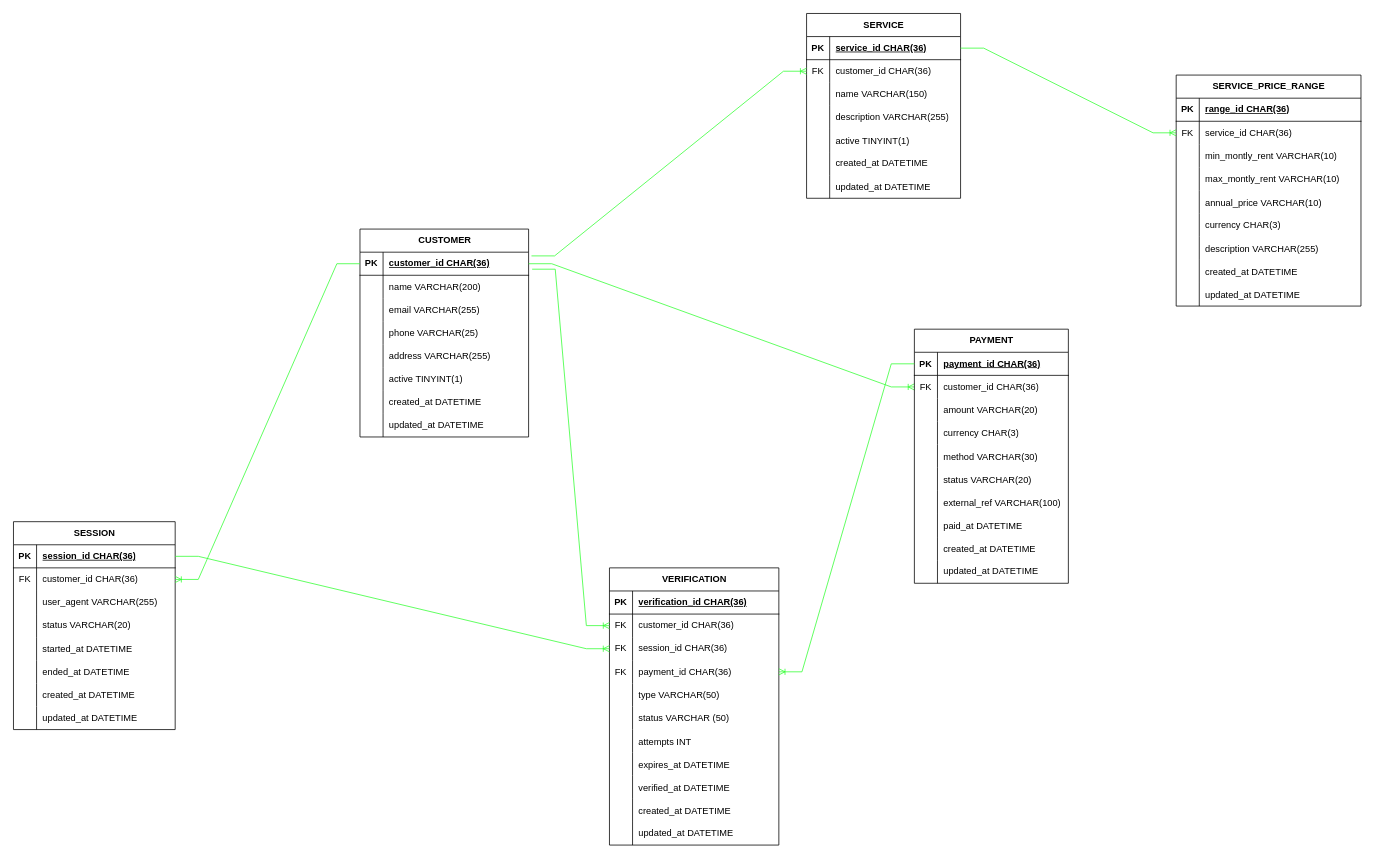
Above: page "Diseño Lógico" (2 of 2) of BD_pji.drawio in cuencabyron/database-pji-project (draw.io), before the change. Source tidied: cells renumbered, new cells numbered last; positions are measured from the earlier drawing's top-left corner, leaving out a move shared by most shapes. Both pictures are drawn from the tidied source at 77%, with x=0, y=0 at pixel (13, 13).
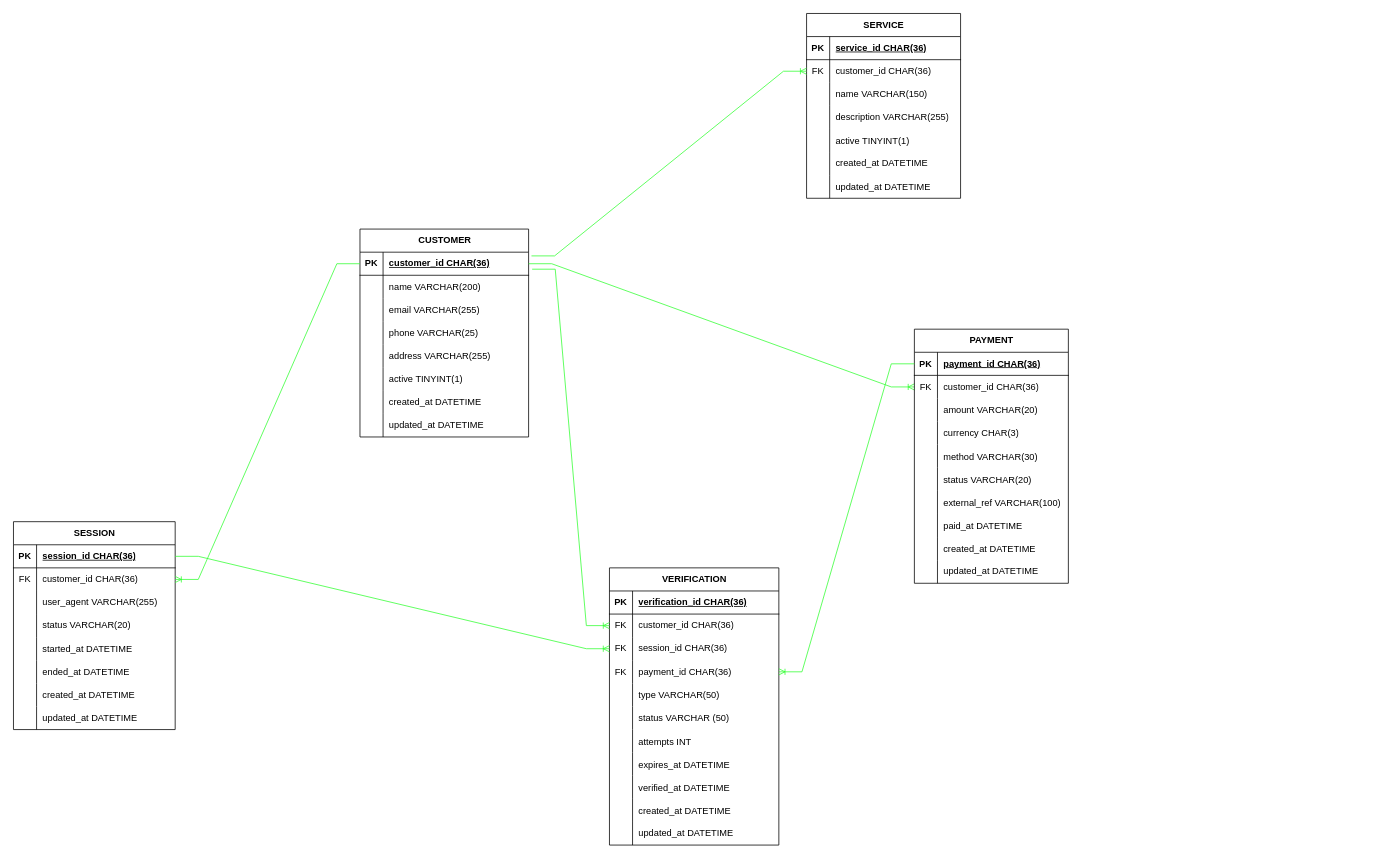
The same diagram, later.

The change refers to these unchanged cells:
```xml
<mxCell id="117" style="shape=tableRow;horizontal=0;startSize=0;swimlaneHead=0;swimlaneBody=0;fillColor=none;points=[[0,0.5],[1,0.5]];portConstraint=eastwest;top=0;left=0;right=0;bottom=1;" parent="116" vertex="1">
  <mxGeometry y="30" width="200" height="30" as="geometry" />
</mxCell>
```

What changed in the source:
```diff
@@
-    <mxCell id="27" value="SERVICE_PRICE_RANGE" style="shape=table;startSize=30;childLayout=tableLayout;rowLines=0;fontStyle=1;align=center;html=1;" parent="1" vertex="1">
-      <mxGeometry x="1510" y="80" width="240" height="300" as="geometry" />
-    </mxCell>
-    <mxCell id="28" style="shape=tableRow;horizontal=0;startSize=0;swimlaneHead=0;swimlaneBody=0;fillColor=none;top=0;left=0;right=0;bottom=1;" parent="27" vertex="1">
-      <mxGeometry y="30" width="240" height="30" as="geometry" />
-    </mxCell>
-    <mxCell id="29" value="PK" style="shape=partialRectangle;fillColor=none;top=0;left=0;bottom=0;right=0;fontStyle=1;overflow=hidden;whiteSpace=wrap;html=1;" parent="28" vertex="1">
-      <mxGeometry width="30" height="30" as="geometry" />
-    </mxCell>
-    <mxCell id="30" value="range_id CHAR(36)" style="shape=partialRectangle;fillColor=none;top=0;left=0;bottom=0;right=0;align=left;spacingLeft=6;fontStyle=5;overflow=hidden;whiteSpace=wrap;html=1;" parent="28" vertex="1">
-      <mxGeometry x="30" width="210" height="30" as="geometry" />
-    </mxCell>
-    <mxCell id="31" style="shape=tableRow;horizontal=0;startSize=0;swimlaneHead=0;swimlaneBody=0;fillColor=none;points=[[0,0.5],[1,0.5]];portConstraint=eastwest;top=0;left=0;right=0;bottom=0;" parent="27" vertex="1">
-      <mxGeometry y="60" width="240" height="30" as="geometry" />
-    </mxCell>
-    <mxCell id="32" value="FK" style="shape=partialRectangle;fillColor=none;top=0;left=0;bottom=0;right=0;fontStyle=0;overflow=hidden;whiteSpace=wrap;html=1;" parent="31" vertex="1">
-      <mxGeometry width="30" height="30" as="geometry" />
-    </mxCell>
-    <mxCell id="33" value="service_id CHAR(36)" style="shape=partialRectangle;fillColor=none;top=0;left=0;bottom=0;right=0;align=left;spacingLeft=6;fontStyle=0;overflow=hidden;whiteSpace=wrap;html=1;" parent="31" vertex="1">
-      <mxGeometry x="30" width="210" height="30" as="geometry" />
-    </mxCell>
-    <mxCell id="34" style="shape=tableRow;horizontal=0;startSize=0;swimlaneHead=0;swimlaneBody=0;fillColor=none;top=0;left=0;right=0;bottom=0;" parent="27" vertex="1">
-      <mxGeometry y="90" width="240" height="30" as="geometry" />
-    </mxCell>
-    <mxCell id="35" style="shape=partialRectangle;fillColor=none;top=0;left=0;bottom=0;right=0;overflow=hidden;whiteSpace=wrap;html=1;" parent="34" vertex="1">
-      <mxGeometry width="30" height="30" as="geometry" />
-    </mxCell>
-    <mxCell id="36" value="min_montly_rent VARCHAR(10)" style="shape=partialRectangle;fillColor=none;top=0;left=0;bottom=0;right=0;align=left;spacingLeft=6;overflow=hidden;whiteSpace=wrap;html=1;" parent="34" vertex="1">
-      <mxGeometry x="30" width="210" height="30" as="geometry" />
-    </mxCell>
-    <mxCell id="37" style="shape=tableRow;horizontal=0;startSize=0;swimlaneHead=0;swimlaneBody=0;fillColor=none;top=0;left=0;right=0;bottom=0;" parent="27" vertex="1">
-      <mxGeometry y="120" width="240" height="30" as="geometry" />
-    </mxCell>
-    <mxCell id="38" style="shape=partialRectangle;fillColor=none;top=0;left=0;bottom=0;right=0;overflow=hidden;whiteSpace=wrap;html=1;" parent="37" vertex="1">
-      <mxGeometry width="30" height="30" as="geometry" />
-    </mxCell>
-    <mxCell id="39" value="max_montly_rent VARCHAR(10)" style="shape=partialRectangle;fillColor=none;top=0;left=0;bottom=0;right=0;align=left;spacingLeft=6;overflow=hidden;whiteSpace=wrap;html=1;" parent="37" vertex="1">
-      <mxGeometry x="30" width="210" height="30" as="geometry" />
-    </mxCell>
-    <mxCell id="40" style="shape=tableRow;horizontal=0;startSize=0;swimlaneHead=0;swimlaneBody=0;fillColor=none;top=0;left=0;right=0;bottom=0;" parent="27" vertex="1">
-      <mxGeometry y="150" width="240" height="30" as="geometry" />
-    </mxCell>
-    <mxCell id="41" style="shape=partialRectangle;fillColor=none;top=0;left=0;bottom=0;right=0;overflow=hidden;" parent="40" vertex="1">
-      <mxGeometry width="30" height="30" as="geometry" />
-    </mxCell>
-    <mxCell id="42" value="annual_price VARCHAR(10)" style="shape=partialRectangle;fillColor=none;top=0;left=0;bottom=0;right=0;align=left;spacingLeft=6;overflow=hidden;" parent="40" vertex="1">
-      <mxGeometry x="30" width="210" height="30" as="geometry" />
-    </mxCell>
-    <mxCell id="43" style="shape=tableRow;horizontal=0;startSize=0;swimlaneHead=0;swimlaneBody=0;fillColor=none;top=0;left=0;right=0;bottom=0;" parent="27" vertex="1">
-      <mxGeometry y="180" width="240" height="30" as="geometry" />
-    </mxCell>
-    <mxCell id="44" style="shape=partialRectangle;fillColor=none;top=0;left=0;bottom=0;right=0;overflow=hidden;whiteSpace=wrap;html=1;" parent="43" vertex="1">
-      <mxGeometry width="30" height="30" as="geometry" />
-    </mxCell>
-    <mxCell id="45" value="currency CHAR(3)" style="shape=partialRectangle;fillColor=none;top=0;left=0;bottom=0;right=0;align=left;spacingLeft=6;overflow=hidden;whiteSpace=wrap;html=1;" parent="43" vertex="1">
-      <mxGeometry x="30" width="210" height="30" as="geometry" />
-    </mxCell>
-    <mxCell id="46" style="shape=tableRow;horizontal=0;startSize=0;swimlaneHead=0;swimlaneBody=0;fillColor=none;top=0;left=0;right=0;bottom=0;" parent="27" vertex="1">
-      <mxGeometry y="210" width="240" height="30" as="geometry" />
-    </mxCell>
-    <mxCell id="47" style="shape=partialRectangle;fillColor=none;top=0;left=0;bottom=0;right=0;overflow=hidden;" parent="46" vertex="1">
-      <mxGeometry width="30" height="30" as="geometry" />
-    </mxCell>
-    <mxCell id="48" value="description VARCHAR(255)" style="shape=partialRectangle;fillColor=none;top=0;left=0;bottom=0;right=0;align=left;spacingLeft=6;overflow=hidden;" parent="46" vertex="1">
-      <mxGeometry x="30" width="210" height="30" as="geometry" />
-    </mxCell>
-    <mxCell id="49" style="shape=tableRow;horizontal=0;startSize=0;swimlaneHead=0;swimlaneBody=0;fillColor=none;top=0;left=0;right=0;bottom=0;" parent="27" vertex="1">
-      <mxGeometry y="240" width="240" height="30" as="geometry" />
-    </mxCell>
-    <mxCell id="50" style="shape=partialRectangle;fillColor=none;top=0;left=0;bottom=0;right=0;overflow=hidden;" parent="49" vertex="1">
-      <mxGeometry width="30" height="30" as="geometry" />
-    </mxCell>
-    <mxCell id="51" value="created_at DATETIME" style="shape=partialRectangle;fillColor=none;top=0;left=0;bottom=0;right=0;align=left;spacingLeft=6;overflow=hidden;" parent="49" vertex="1">
-      <mxGeometry x="30" width="210" height="30" as="geometry" />
-    </mxCell>
-    <mxCell id="52" style="shape=tableRow;horizontal=0;startSize=0;swimlaneHead=0;swimlaneBody=0;fillColor=none;top=0;left=0;right=0;bottom=0;" parent="27" vertex="1">
-      <mxGeometry y="270" width="240" height="30" as="geometry" />
-    </mxCell>
-    <mxCell id="53" style="shape=partialRectangle;fillColor=none;top=0;left=0;bottom=0;right=0;overflow=hidden;" parent="52" vertex="1">
-      <mxGeometry width="30" height="30" as="geometry" />
-    </mxCell>
-    <mxCell id="54" value="updated_at DATETIME" style="shape=partialRectangle;fillColor=none;top=0;left=0;bottom=0;right=0;align=left;spacingLeft=6;overflow=hidden;" parent="52" vertex="1">
-      <mxGeometry x="30" width="210" height="30" as="geometry" />
-    </mxCell>
@@
-    <mxCell id="173" style="edgeStyle=entityRelationEdgeStyle;fontSize=12;html=1;endArrow=ERoneToMany;rounded=0;exitX=1;exitY=0.5;exitDx=0;exitDy=0;entryX=0;entryY=0.5;entryDx=0;entryDy=0;flowAnimation=1;strokeColor=#33FF33;" parent="1" edge="1" source="117" target="31">
-      <mxGeometry relative="1" as="geometry" />
-    </mxCell>
```
